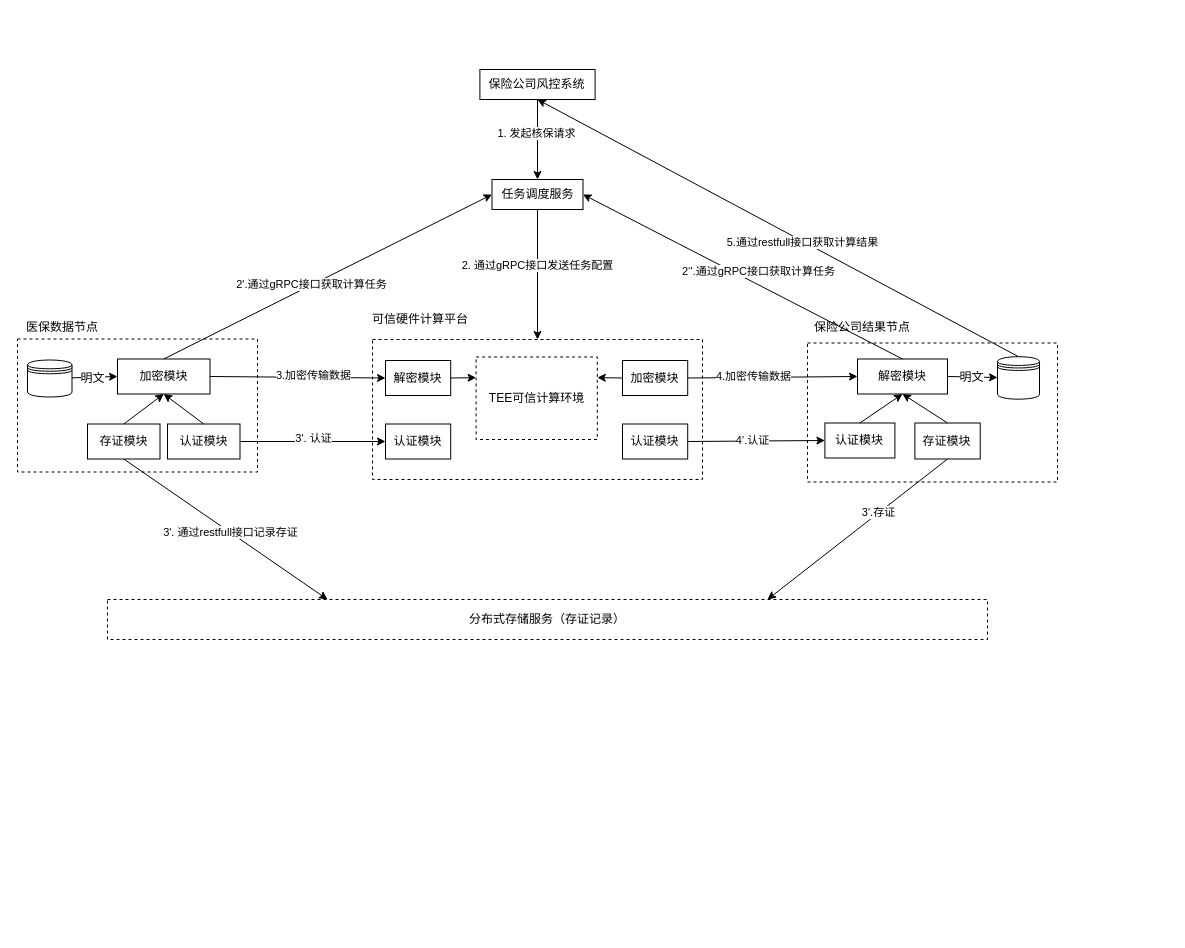
Before: tee.drawio in yankaili2006/drawing_io, a draw.io diagram. Source tidied: cells renumbered, new cells numbered last; positions are measured from the earlier drawing's top-left corner, leaving out a move shared by most shapes. Both pictures are drawn from the tidied source at 100%, with x=0, y=0 at pixel (17, 69).
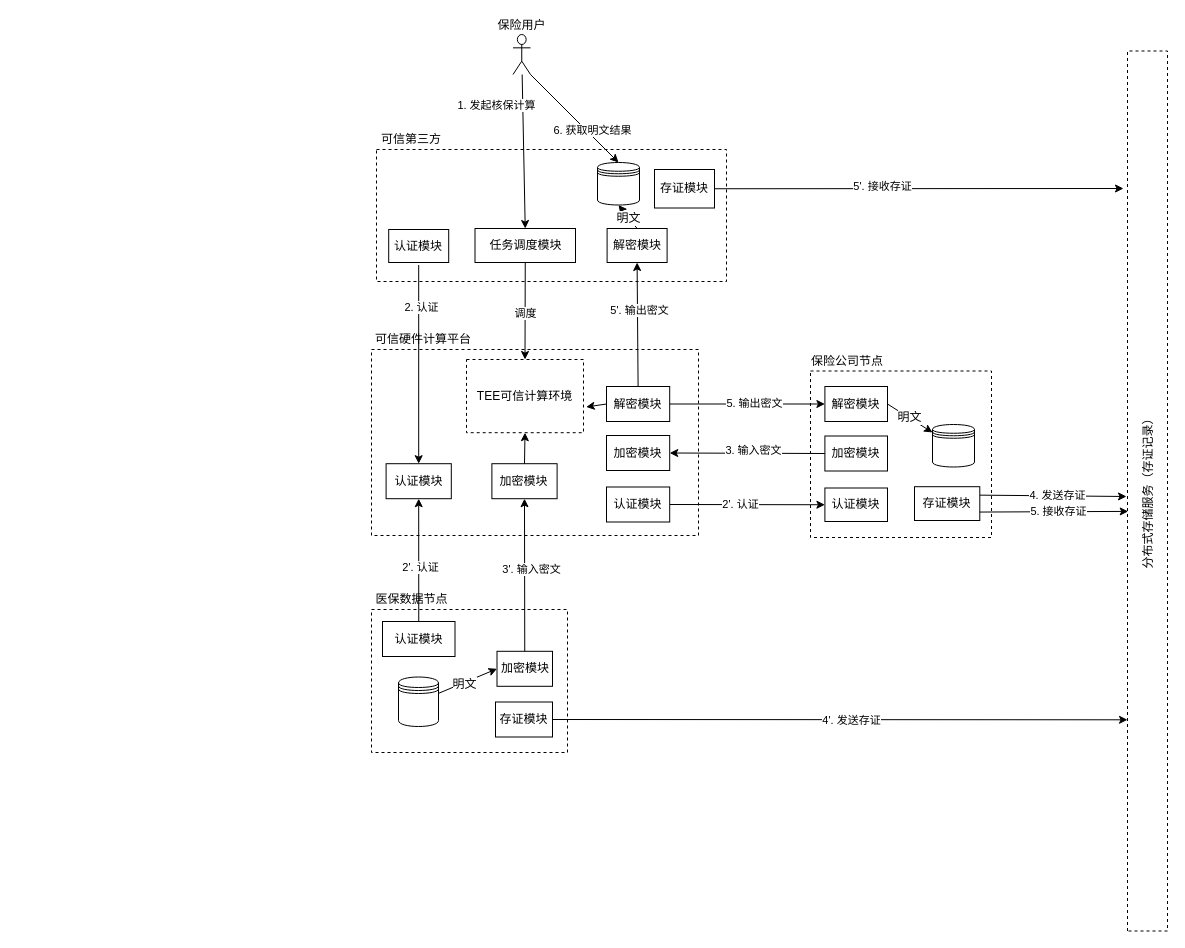
The same diagram, later.

The change refers to these unchanged cells:
```xml
<mxCell id="50" style="endArrow=classic;html=1;entryX=0;entryY=0.5;entryDx=0;entryDy=0;exitX=1;exitY=0.5;exitDx=0;exitDy=0;" parent="1" edge="1" source="42" target="16">
  <mxGeometry relative="1" as="geometry" />
</mxCell>
```

Diff of the diagram source:
```diff
@@
+    <mxCell id="56" style="rounded=0;whiteSpace=wrap;html=1;dashed=1;" parent="1" vertex="1">
+      <mxGeometry x="359" y="80" width="350" height="132" as="geometry" />
+    </mxCell>
     <mxCell id="2" style="rounded=0;whiteSpace=wrap;html=1;fillColor=none;labelPosition=center;verticalLabelPosition=middle;align=center;verticalAlign=middle;dashed=1;" parent="1" vertex="1">
-      <mxGeometry x="355" y="270" width="330" height="140" as="geometry" />
+      <mxGeometry x="354" y="280" width="327" height="186" as="geometry" />
     </mxCell>
     <mxCell id="3" value="TEE可信计算环境" style="rounded=0;whiteSpace=wrap;html=1;dashed=1;" parent="1" vertex="1">
-      <mxGeometry x="458.6" y="287.5" width="121.2" height="82.5" as="geometry" />
+      <mxGeometry x="449" y="290" width="117" height="73.2" as="geometry" />
     </mxCell>
     <mxCell id="4" style="rounded=0;whiteSpace=wrap;html=1;dashed=1;" parent="1" vertex="1">
-      <mxGeometry x="790" y="273.5" width="250" height="139" as="geometry" />
+      <mxGeometry x="793" y="301.5" width="181" height="166.5" as="geometry" />
     </mxCell>
     <mxCell id="5" style="rounded=0;whiteSpace=wrap;html=1;dashed=1;" parent="1" vertex="1">
-      <mxGeometry y="269.5" width="240" height="133" as="geometry" />
+      <mxGeometry x="354" y="540" width="196" height="143" as="geometry" />
     </mxCell>
-    <mxCell id="6" value="&lt;span&gt;保险公司风控系统&lt;/span&gt;" style="rounded=0;whiteSpace=wrap;html=1;" parent="1" vertex="1">
-      <mxGeometry x="462.4" width="115.2" height="30" as="geometry" />
-    </mxCell>
     <mxCell id="7" value="加密模块" style="rounded=0;whiteSpace=wrap;html=1;" parent="1" vertex="1">
-      <mxGeometry x="100" y="289.5" width="92.5" height="35" as="geometry" />
+      <mxGeometry x="479.5" y="581.8" width="55.5" height="35" as="geometry" />
     </mxCell>
-    <mxCell id="8" value="任务调度服务" style="rounded=0;whiteSpace=wrap;html=1;" parent="1" vertex="1">
-      <mxGeometry x="474.5" y="110" width="91" height="30" as="geometry" />
-    </mxCell>
-    <mxCell id="9" style="endArrow=classic;html=1;entryX=0.5;entryY=0;entryDx=0;entryDy=0;exitX=0.5;exitY=1;exitDx=0;exitDy=0;" parent="1" edge="1" source="8" target="2">
-      <mxGeometry relative="1" as="geometry" />
-    </mxCell>
-    <mxCell id="10" value="2. 通过gRPC接口发送任务配置" style="edgeLabel;html=1;align=center;verticalAlign=middle;" parent="9" vertex="1">
-      <mxGeometry x="-0.15" y="-1" relative="1" as="geometry" />
-    </mxCell>
-    <mxCell id="11" style="endArrow=classic;html=1;entryX=0.5;entryY=0;entryDx=0;entryDy=0;exitX=0.5;exitY=1;exitDx=0;exitDy=0;" parent="1" edge="1" source="6" target="8">
+    <mxCell id="11" style="endArrow=classic;html=1;exitX=0.5;exitY=1;exitDx=0;exitDy=0;entryX=0.5;entryY=0;entryDx=0;entryDy=0;" parent="1" edge="1" source="79" target="3">
       <mxGeometry relative="1" as="geometry" />
     </mxCell>
-    <mxCell id="12" value="1. 发起核保请求" style="edgeLabel;html=1;align=center;verticalAlign=middle;" parent="11" vertex="1">
-      <mxGeometry x="-0.17" y="-2" relative="1" as="geometry" />
+    <mxCell id="12" value="调度" style="edgeLabel;html=1;align=center;verticalAlign=middle;" parent="11" vertex="1">
+      <mxGeometry x="-0.17" y="-2" relative="1" as="geometry">
+        <mxPoint x="2.3" y="10.5" as="offset" />
+      </mxGeometry>
     </mxCell>
     <mxCell id="13" style="shape=datastore;whiteSpace=wrap;html=1;" parent="1" vertex="1">
-      <mxGeometry x="10" y="290.5" width="44.5" height="37" as="geometry" />
+      <mxGeometry x="381" y="607.5" width="40" height="49.5" as="geometry" />
     </mxCell>
@@
     <mxCell id="16" value="解密模块" style="rounded=0;whiteSpace=wrap;html=1;" parent="1" vertex="1">
-      <mxGeometry x="840" y="289.5" width="90" height="35" as="geometry" />
+      <mxGeometry x="807.4" y="317" width="62.6" height="35" as="geometry" />
     </mxCell>
     <mxCell id="17" value="存证模块" style="rounded=0;whiteSpace=wrap;html=1;fillColor=none;" parent="1" vertex="1">
-      <mxGeometry x="897.4" y="353.5" width="65.3" height="36" as="geometry" />
+      <mxGeometry x="897" y="417.2" width="65.3" height="33.8" as="geometry" />
     </mxCell>
     <mxCell id="18" style="shape=datastore;whiteSpace=wrap;html=1;" parent="1" vertex="1">
-      <mxGeometry x="980" y="287.2" width="42" height="42.5" as="geometry" />
+      <mxGeometry x="915" y="355" width="42" height="42.5" as="geometry" />
     </mxCell>
@@
-    <mxCell id="21" value="保险公司结果节点" style="text;html=1;strokeColor=none;fillColor=none;align=center;verticalAlign=middle;whiteSpace=wrap;rounded=0;" parent="1" vertex="1">
-      <mxGeometry x="790" y="247.5" width="110" height="20" as="geometry" />
+    <mxCell id="21" value="保险公司节点" style="text;html=1;strokeColor=none;fillColor=none;align=center;verticalAlign=middle;whiteSpace=wrap;rounded=0;" parent="1" vertex="1">
+      <mxGeometry x="790" y="281.5" width="80" height="20" as="geometry" />
     </mxCell>
-    <mxCell id="22" value="分布式存储服务（存证记录）" style="rounded=0;whiteSpace=wrap;html=1;dashed=1;" parent="1" vertex="1">
-      <mxGeometry x="90" y="530" width="880" height="40" as="geometry" />
+    <mxCell id="22" value="分布式存储服务（存证记录）" style="rounded=0;whiteSpace=wrap;html=1;dashed=1;rotation=-90;" parent="1" vertex="1">
+      <mxGeometry x="690" y="401.5" width="880" height="40" as="geometry" />
     </mxCell>
-    <mxCell id="23" style="endArrow=classic;html=1;exitX=0.5;exitY=1;exitDx=0;exitDy=0;entryX=0.25;entryY=0;entryDx=0;entryDy=0;" parent="1" edge="1" source="45" target="22">
+    <mxCell id="23" style="endArrow=classic;html=1;exitX=1;exitY=0.5;exitDx=0;exitDy=0;entryX=0.24;entryY=0;entryDx=0;entryDy=0;entryPerimeter=0;" parent="1" edge="1" source="45" target="22">
       <mxGeometry relative="1" as="geometry" />
     </mxCell>
-    <mxCell id="24" value="3'. 通过restfull接口记录存证" style="edgeLabel;html=1;align=center;verticalAlign=middle;" parent="23" vertex="1">
+    <mxCell id="24" value="4'. 发送存证" style="edgeLabel;html=1;align=center;verticalAlign=middle;" parent="23" vertex="1">
       <mxGeometry x="0.04" relative="1" as="geometry" />
     </mxCell>
     <mxCell id="25" value="可信硬件计算平台" style="text;html=1;strokeColor=none;fillColor=none;align=center;verticalAlign=middle;whiteSpace=wrap;rounded=0;" parent="1" vertex="1">
-      <mxGeometry x="350.8" y="240" width="104.2" height="20" as="geometry" />
+      <mxGeometry x="354" y="260" width="104.2" height="20" as="geometry" />
     </mxCell>
     <mxCell id="26" value="医保数据节点" style="text;html=1;strokeColor=none;fillColor=none;align=center;verticalAlign=middle;whiteSpace=wrap;rounded=0;" parent="1" vertex="1">
-      <mxGeometry y="247.5" width="90" height="20" as="geometry" />
+      <mxGeometry x="354" y="520" width="80.8" height="20" as="geometry" />
     </mxCell>
-    <mxCell id="27" style="endArrow=classic;html=1;exitX=0.5;exitY=1;exitDx=0;exitDy=0;entryX=0.75;entryY=0;entryDx=0;entryDy=0;" parent="1" edge="1" source="17" target="22">
-      <mxGeometry relative="1" as="geometry" />
+    <mxCell id="27" style="endArrow=classic;html=1;exitX=1;exitY=0.25;exitDx=0;exitDy=0;" parent="1" edge="1" source="17">
+      <mxGeometry relative="1" as="geometry">
+        <mxPoint x="1109" y="427" as="targetPoint" />
+      </mxGeometry>
     </mxCell>
-    <mxCell id="28" value="3'.存证" style="edgeLabel;html=1;align=center;verticalAlign=middle;" parent="27" vertex="1">
-      <mxGeometry x="-0.23" y="-1" relative="1" as="geometry" />
+    <mxCell id="28" value="4. 发送存证" style="edgeLabel;html=1;align=center;verticalAlign=middle;" parent="27" vertex="1">
+      <mxGeometry x="-0.23" y="-1" relative="1" as="geometry">
+        <mxPoint x="21" y="-2" as="offset" />
+      </mxGeometry>
     </mxCell>
-    <mxCell id="29" style="endArrow=classic;html=1;exitX=1;exitY=0.5;exitDx=0;exitDy=0;entryX=0;entryY=0.5;entryDx=0;entryDy=0;" parent="1" edge="1" source="7" target="40">
+    <mxCell id="29" style="endArrow=classic;html=1;exitX=0.5;exitY=0;exitDx=0;exitDy=0;entryX=0.5;entryY=1;entryDx=0;entryDy=0;" parent="1" edge="1" source="7" target="40">
       <mxGeometry relative="1" as="geometry" />
     </mxCell>
-    <mxCell id="30" value="3.加密传输数据" style="edgeLabel;html=1;align=center;verticalAlign=middle;" parent="29" vertex="1">
+    <mxCell id="30" value="3'. 输入密文" style="edgeLabel;html=1;align=center;verticalAlign=middle;" parent="29" vertex="1">
       <mxGeometry x="-0.13" y="2" relative="1" as="geometry">
-        <mxPoint x="27" as="offset" />
+        <mxPoint x="8" y="-16" as="offset" />
       </mxGeometry>
     </mxCell>
-    <mxCell id="31" style="endArrow=classic;html=1;entryX=0;entryY=0.5;entryDx=0;entryDy=0;exitX=0.5;exitY=0;exitDx=0;exitDy=0;" parent="1" edge="1" source="7" target="8">
-      <mxGeometry relative="1" as="geometry" />
-    </mxCell>
-    <mxCell id="32" value="2'.通过gRPC接口获取计算任务" style="edgeLabel;html=1;align=center;verticalAlign=middle;" parent="31" vertex="1">
-      <mxGeometry x="-0.1" y="1" relative="1" as="geometry" />
-    </mxCell>
-    <mxCell id="33" style="endArrow=classic;html=1;entryX=1;entryY=0.5;entryDx=0;entryDy=0;exitX=0.5;exitY=0;exitDx=0;exitDy=0;" parent="1" edge="1" source="16" target="8">
-      <mxGeometry relative="1" as="geometry" />
-    </mxCell>
-    <mxCell id="34" value="2‘'.通过gRPC接口获取计算任务" style="edgeLabel;html=1;align=center;verticalAlign=middle;" parent="33" vertex="1">
-      <mxGeometry x="-0.1" y="1" relative="1" as="geometry">
-        <mxPoint y="-14.8" as="offset" />
-      </mxGeometry>
-    </mxCell>
-    <mxCell id="35" style="endArrow=classic;html=1;entryX=0.5;entryY=1;entryDx=0;entryDy=0;exitX=0.5;exitY=0;exitDx=0;exitDy=0;" parent="1" edge="1" source="18" target="6">
-      <mxGeometry relative="1" as="geometry" />
-    </mxCell>
-    <mxCell id="36" value="5.通过restfull接口获取计算结果" style="edgeLabel;html=1;align=center;verticalAlign=middle;" parent="35" vertex="1">
-      <mxGeometry x="-0.1" y="1" relative="1" as="geometry" />
-    </mxCell>
     <mxCell id="37" value="认证模块" style="rounded=0;whiteSpace=wrap;html=1;" parent="1" vertex="1">
-      <mxGeometry x="150" y="354.5" width="72.5" height="35" as="geometry" />
+      <mxGeometry x="365" y="552" width="72.5" height="35" as="geometry" />
     </mxCell>
     <mxCell id="38" value="认证模块" style="rounded=0;whiteSpace=wrap;html=1;" parent="1" vertex="1">
-      <mxGeometry x="368" y="354.5" width="65.2" height="35" as="geometry" />
+      <mxGeometry x="368.6" y="394.2" width="65.2" height="35" as="geometry" />
     </mxCell>
     <mxCell id="39" value="认证模块" style="rounded=0;whiteSpace=wrap;html=1;" parent="1" vertex="1">
-      <mxGeometry x="807.4" y="353.5" width="70" height="35" as="geometry" />
+      <mxGeometry x="807.4" y="418.5" width="62.6" height="33.5" as="geometry" />
     </mxCell>
-    <mxCell id="40" value="解密模块" style="rounded=0;whiteSpace=wrap;html=1;" parent="1" vertex="1">
-      <mxGeometry x="368" y="291" width="65.2" height="35" as="geometry" />
+    <mxCell id="40" value="加密模块" style="rounded=0;whiteSpace=wrap;html=1;" parent="1" vertex="1">
+      <mxGeometry x="474.4" y="394.2" width="65.2" height="35" as="geometry" />
     </mxCell>
-    <mxCell id="41" value="认证模块" style="rounded=0;whiteSpace=wrap;html=1;" parent="1" vertex="1">
-      <mxGeometry x="605" y="354.5" width="65.2" height="35" as="geometry" />
+    <mxCell id="41" value="加密模块" style="rounded=0;whiteSpace=wrap;html=1;" parent="1" vertex="1">
+      <mxGeometry x="589" y="366" width="63.2" height="35" as="geometry" />
     </mxCell>
-    <mxCell id="42" value="加密模块" style="rounded=0;whiteSpace=wrap;html=1;" parent="1" vertex="1">
-      <mxGeometry x="605" y="291" width="65.2" height="35" as="geometry" />
+    <mxCell id="42" value="解密模块" style="rounded=0;whiteSpace=wrap;html=1;" parent="1" vertex="1">
+      <mxGeometry x="589" y="317" width="63.2" height="35" as="geometry" />
     </mxCell>
-    <mxCell id="43" style="endArrow=classic;html=1;exitX=1;exitY=0.5;exitDx=0;exitDy=0;entryX=0;entryY=0.5;entryDx=0;entryDy=0;" parent="1" edge="1" source="37" target="38">
+    <mxCell id="43" style="endArrow=classic;html=1;exitX=0.5;exitY=0;exitDx=0;exitDy=0;entryX=0.5;entryY=1;entryDx=0;entryDy=0;" parent="1" edge="1" source="37" target="38">
       <mxGeometry relative="1" as="geometry" />
     </mxCell>
-    <mxCell id="44" value="3'. 认证" style="edgeLabel;html=1;align=center;verticalAlign=middle;" parent="43" vertex="1">
+    <mxCell id="44" value="2'. 认证" style="edgeLabel;html=1;align=center;verticalAlign=middle;" parent="43" vertex="1">
       <mxGeometry x="-0.31" y="4" relative="1" as="geometry">
-        <mxPoint x="23" as="offset" />
+        <mxPoint x="5" y="-13" as="offset" />
       </mxGeometry>
     </mxCell>
     <mxCell id="45" value="存证模块" style="rounded=0;whiteSpace=wrap;html=1;" parent="1" vertex="1">
-      <mxGeometry x="70" y="354.5" width="72.5" height="35" as="geometry" />
+      <mxGeometry x="478" y="632.5" width="57" height="35" as="geometry" />
     </mxCell>
-    <mxCell id="46" style="endArrow=classic;html=1;entryX=0.5;entryY=1;entryDx=0;entryDy=0;exitX=0.5;exitY=0;exitDx=0;exitDy=0;" parent="1" edge="1" source="45" target="7">
-      <mxGeometry relative="1" as="geometry" />
-    </mxCell>
-    <mxCell id="47" style="endArrow=classic;html=1;entryX=0.5;entryY=1;entryDx=0;entryDy=0;exitX=0.5;exitY=0;exitDx=0;exitDy=0;" parent="1" edge="1" source="37" target="7">
-      <mxGeometry relative="1" as="geometry" />
-    </mxCell>
-    <mxCell id="48" style="endArrow=classic;html=1;entryX=0.5;entryY=1;entryDx=0;entryDy=0;exitX=0.5;exitY=0;exitDx=0;exitDy=0;" parent="1" edge="1" source="39" target="16">
-      <mxGeometry relative="1" as="geometry" />
-    </mxCell>
-    <mxCell id="49" style="endArrow=classic;html=1;entryX=0.5;entryY=1;entryDx=0;entryDy=0;exitX=0.5;exitY=0;exitDx=0;exitDy=0;" parent="1" edge="1" source="17" target="16">
-      <mxGeometry relative="1" as="geometry" />
-    </mxCell>
@@
-    <mxCell id="51" value="4.加密传输数据" style="edgeLabel;html=1;align=center;verticalAlign=middle;" parent="50" vertex="1">
+    <mxCell id="51" value="5. 输出密文" style="edgeLabel;html=1;align=center;verticalAlign=middle;" parent="50" vertex="1">
       <mxGeometry x="-0.15" y="3" relative="1" as="geometry">
-        <mxPoint x="-6.2" y="2.1" as="offset" />
+        <mxPoint x="17.8" y="2.1" as="offset" />
       </mxGeometry>
     </mxCell>
-    <mxCell id="52" style="endArrow=classic;html=1;entryX=0;entryY=0.5;entryDx=0;entryDy=0;exitX=1;exitY=0.5;exitDx=0;exitDy=0;" parent="1" edge="1" source="41" target="39">
+    <mxCell id="52" style="endArrow=classic;html=1;entryX=0;entryY=0.5;entryDx=0;entryDy=0;exitX=1;exitY=0.5;exitDx=0;exitDy=0;" parent="1" edge="1" source="66" target="39">
       <mxGeometry relative="1" as="geometry" />
     </mxCell>
-    <mxCell id="53" value="4’.认证" style="edgeLabel;html=1;align=center;verticalAlign=middle;" parent="52" vertex="1">
+    <mxCell id="53" value="2'. 认证" style="edgeLabel;html=1;align=center;verticalAlign=middle;" parent="52" vertex="1">
       <mxGeometry x="-0.23" y="1" relative="1" as="geometry">
-        <mxPoint x="11" as="offset" />
+        <mxPoint x="10" as="offset" />
       </mxGeometry>
     </mxCell>
-    <mxCell id="54" style="endArrow=classic;html=1;exitX=1;exitY=0.5;exitDx=0;exitDy=0;entryX=0;entryY=0.25;entryDx=0;entryDy=0;" parent="1" edge="1" source="40" target="3">
+    <mxCell id="54" style="endArrow=classic;html=1;exitX=0.5;exitY=0;exitDx=0;exitDy=0;entryX=0.5;entryY=1;entryDx=0;entryDy=0;" parent="1" edge="1" source="40" target="3">
       <mxGeometry relative="1" as="geometry" />
     </mxCell>
-    <mxCell id="55" style="endArrow=classic;html=1;exitX=0;exitY=0.5;exitDx=0;exitDy=0;entryX=1;entryY=0.25;entryDx=0;entryDy=0;" parent="1" edge="1" source="42" target="3">
+    <mxCell id="55" style="endArrow=classic;html=1;exitX=0;exitY=0.5;exitDx=0;exitDy=0;entryX=1.023;entryY=0.649;entryDx=0;entryDy=0;entryPerimeter=0;" parent="1" edge="1" source="42" target="3">
       <mxGeometry relative="1" as="geometry" />
     </mxCell>
+    <mxCell id="57" value="保险用户" style="shape=umlActor;verticalLabelPosition=top;labelBackgroundColor=#ffffff;verticalAlign=bottom;html=1;outlineConnect=0;labelPosition=center;align=center;" parent="1" vertex="1">
+      <mxGeometry x="495.5" y="-35" width="17.5" height="40" as="geometry" />
+    </mxCell>
+    <mxCell id="58" style="endArrow=classic;html=1;entryX=1;entryY=0.5;entryDx=0;entryDy=0;exitX=0;exitY=0.5;exitDx=0;exitDy=0;" parent="1" edge="1" source="69" target="41">
+      <mxGeometry relative="1" as="geometry" />
+    </mxCell>
+    <mxCell id="59" value="3. 输入密文" style="edgeLabel;html=1;align=center;verticalAlign=middle;" parent="58" vertex="1">
+      <mxGeometry x="0.13" y="-3" relative="1" as="geometry">
+        <mxPoint x="16" as="offset" />
+      </mxGeometry>
+    </mxCell>
+    <mxCell id="60" value="解密模块" style="rounded=0;whiteSpace=wrap;html=1;" parent="1" vertex="1">
+      <mxGeometry x="589.6" y="159" width="60" height="34" as="geometry" />
+    </mxCell>
+    <mxCell id="61" value="认证模块" style="rounded=0;whiteSpace=wrap;html=1;fillColor=none;" parent="1" vertex="1">
+      <mxGeometry x="371.2" y="160" width="60" height="33" as="geometry" />
+    </mxCell>
+    <mxCell id="62" style="endArrow=classic;html=1;exitX=0.5;exitY=0;exitDx=0;exitDy=0;entryX=0.5;entryY=1;entryDx=0;entryDy=0;" parent="1" edge="1" source="60" target="72">
+      <mxGeometry relative="1" as="geometry" />
+    </mxCell>
+    <mxCell id="63" value="明文" style="text;html=1;align=center;verticalAlign=middle;labelBackgroundColor=#ffffff;" parent="62" vertex="1">
+      <mxGeometry x="-0.06" relative="1" as="geometry" />
+    </mxCell>
+    <mxCell id="64" value="可信第三方" style="text;html=1;strokeColor=none;fillColor=none;align=center;verticalAlign=middle;whiteSpace=wrap;rounded=0;" parent="1" vertex="1">
+      <mxGeometry x="359" y="60" width="70.4" height="20" as="geometry" />
+    </mxCell>
+    <mxCell id="65" value="存证模块" style="rounded=0;whiteSpace=wrap;html=1;" parent="1" vertex="1">
+      <mxGeometry x="637" y="100" width="60" height="38.5" as="geometry" />
+    </mxCell>
+    <mxCell id="66" value="认证模块" style="rounded=0;whiteSpace=wrap;html=1;" parent="1" vertex="1">
+      <mxGeometry x="589" y="417.5" width="63.2" height="35" as="geometry" />
+    </mxCell>
+    <mxCell id="67" style="endArrow=classic;html=1;exitX=0.5;exitY=0;exitDx=0;exitDy=0;entryX=0.5;entryY=1;entryDx=0;entryDy=0;" parent="1" edge="1" source="42" target="60">
+      <mxGeometry relative="1" as="geometry" />
+    </mxCell>
+    <mxCell id="68" value="5'. 输出密文" style="edgeLabel;html=1;align=center;verticalAlign=middle;" parent="67" vertex="1">
+      <mxGeometry x="-0.46" y="-1" relative="1" as="geometry">
+        <mxPoint y="-43" as="offset" />
+      </mxGeometry>
+    </mxCell>
+    <mxCell id="69" value="加密模块" style="rounded=0;whiteSpace=wrap;html=1;" parent="1" vertex="1">
+      <mxGeometry x="807.4" y="366.5" width="62.6" height="35" as="geometry" />
+    </mxCell>
+    <mxCell id="70" style="endArrow=classic;html=1;entryX=0.5;entryY=0;entryDx=0;entryDy=0;" parent="1" edge="1" source="57" target="79">
+      <mxGeometry relative="1" as="geometry" />
+    </mxCell>
+    <mxCell id="71" value="1. 发起核保计算" style="edgeLabel;html=1;align=center;verticalAlign=middle;" parent="70" vertex="1">
+      <mxGeometry x="-0.44" y="-1" relative="1" as="geometry">
+        <mxPoint x="-26" y="-13" as="offset" />
+      </mxGeometry>
+    </mxCell>
+    <mxCell id="72" style="shape=datastore;whiteSpace=wrap;html=1;" parent="1" vertex="1">
+      <mxGeometry x="580" y="93" width="42" height="42.5" as="geometry" />
+    </mxCell>
+    <mxCell id="73" style="endArrow=classic;html=1;entryX=0.5;entryY=0;entryDx=0;entryDy=0;exitX=1;exitY=1;exitDx=0;exitDy=0;exitPerimeter=0;" parent="1" edge="1" source="57" target="72">
+      <mxGeometry relative="1" as="geometry" />
+    </mxCell>
+    <mxCell id="74" value="6. 获取明文结果" style="edgeLabel;html=1;align=center;verticalAlign=middle;" parent="73" vertex="1">
+      <mxGeometry x="-0.21" relative="1" as="geometry">
+        <mxPoint x="27" y="21" as="offset" />
+      </mxGeometry>
+    </mxCell>
+    <mxCell id="75" style="endArrow=classic;html=1;exitX=0.5;exitY=1;exitDx=0;exitDy=0;entryX=0.5;entryY=0;entryDx=0;entryDy=0;" parent="1" edge="1" target="38">
+      <mxGeometry relative="1" as="geometry">
+        <mxPoint x="401.2" y="195.5" as="sourcePoint" />
+      </mxGeometry>
+    </mxCell>
+    <mxCell id="76" value="2. 认证" style="edgeLabel;html=1;align=center;verticalAlign=middle;" parent="75" vertex="1">
+      <mxGeometry x="-0.1" y="2" relative="1" as="geometry">
+        <mxPoint y="-47" as="offset" />
+      </mxGeometry>
+    </mxCell>
+    <mxCell id="77" style="endArrow=classic;html=1;exitX=1;exitY=0.5;exitDx=0;exitDy=0;" parent="1" edge="1" source="65">
+      <mxGeometry relative="1" as="geometry">
+        <mxPoint x="1106" y="119" as="targetPoint" />
+      </mxGeometry>
+    </mxCell>
+    <mxCell id="78" value="5'. 接收存证" style="edgeLabel;html=1;align=center;verticalAlign=middle;" parent="77" vertex="1">
+      <mxGeometry x="-0.18" y="3" relative="1" as="geometry" />
+    </mxCell>
+    <mxCell id="79" value="任务调度模块" style="rounded=0;whiteSpace=wrap;html=1;" parent="1" vertex="1">
+      <mxGeometry x="457.5" y="159" width="100.5" height="34" as="geometry" />
+    </mxCell>
+    <mxCell id="80" style="endArrow=classic;html=1;entryX=0.484;entryY=0.025;entryDx=0;entryDy=0;entryPerimeter=0;exitX=1;exitY=0.75;exitDx=0;exitDy=0;" parent="1" edge="1" source="17">
+      <mxGeometry relative="1" as="geometry">
+        <mxPoint x="1110.7" y="441.9" as="targetPoint" />
+      </mxGeometry>
+    </mxCell>
+    <mxCell id="81" value="5. 接收存证" style="edgeLabel;html=1;align=center;verticalAlign=middle;" parent="80" vertex="1">
+      <mxGeometry x="-0.23" y="-1" relative="1" as="geometry">
+        <mxPoint x="21" y="-2" as="offset" />
+      </mxGeometry>
+    </mxCell>
```
